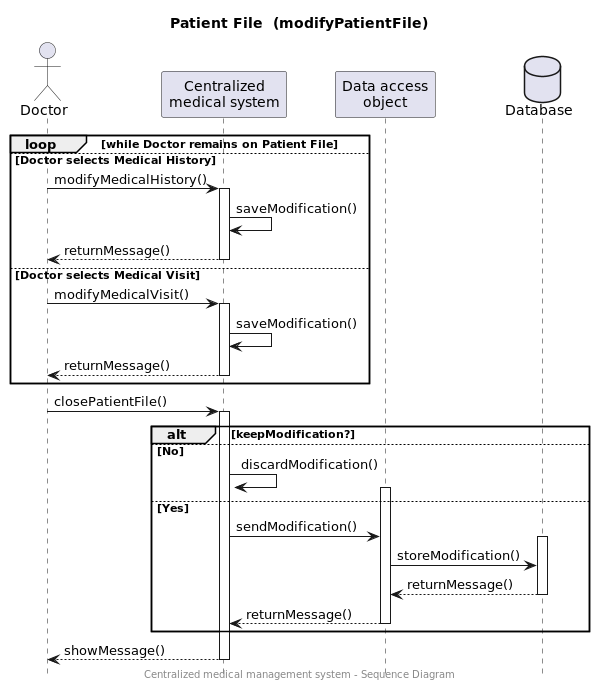
AmineSdi/PROJET_JAVAFX keeps this PlantUML diagram as Models/pngs/SequenceDiagram-modifyPatientFile.png. Above is the earlier version. Its diagram source:
```plantuml
@startuml
!include common.style
title Patient File  (modifyPatientFile)
center footer Centralized medical management system - Sequence Diagram
actor "Doctor" as D
participant "Centralized\nmedical system" as S
participant "Data access\nobject" as DI
database Database as DB


loop while Doctor remains on Patient File
else Doctor selects Medical History
D -> S: modifyMedicalHistory()
activate S
S -> S:saveModification()
D <-- S: returnMessage()
deactivate S

else Doctor selects Medical Visit
D -> S: modifyMedicalVisit()
activate S
S -> S:saveModification()
D <-- S: returnMessage()
deactivate S
end

D -> S: closePatientFile()
activate S
alt keepModification?
else No
S -> S:discardModification()
else Yes
activate DI
S -> DI: sendModification()
activate DB
DI -> DB: storeModification()
DI <-- DB: returnMessage()
deactivate DB
S <-- DI: returnMessage()
deactivate DI
end
D <-- S: showMessage()
deactivate S

@enduml
```
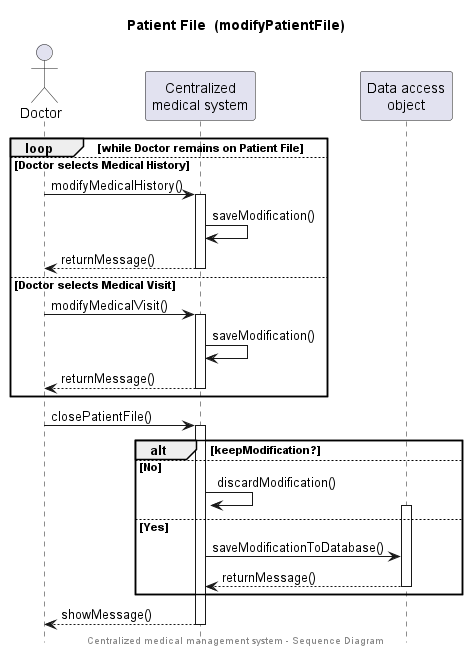
Above is the later version.

The edit, as a diff of the source:
```diff
@@ -5,7 +5,6 @@
 actor "Doctor" as D
 participant "Centralized\nmedical system" as S
 participant "Data access\nobject" as DI
-database Database as DB
 
 
 loop while Doctor remains on Patient File
@@ -31,11 +30,7 @@
 S -> S:discardModification()
 else Yes
 activate DI
-S -> DI: sendModification()
-activate DB
-DI -> DB: storeModification()
-DI <-- DB: returnMessage()
-deactivate DB
+S -> DI: saveModificationToDatabase()
 S <-- DI: returnMessage()
 deactivate DI
 end
```
